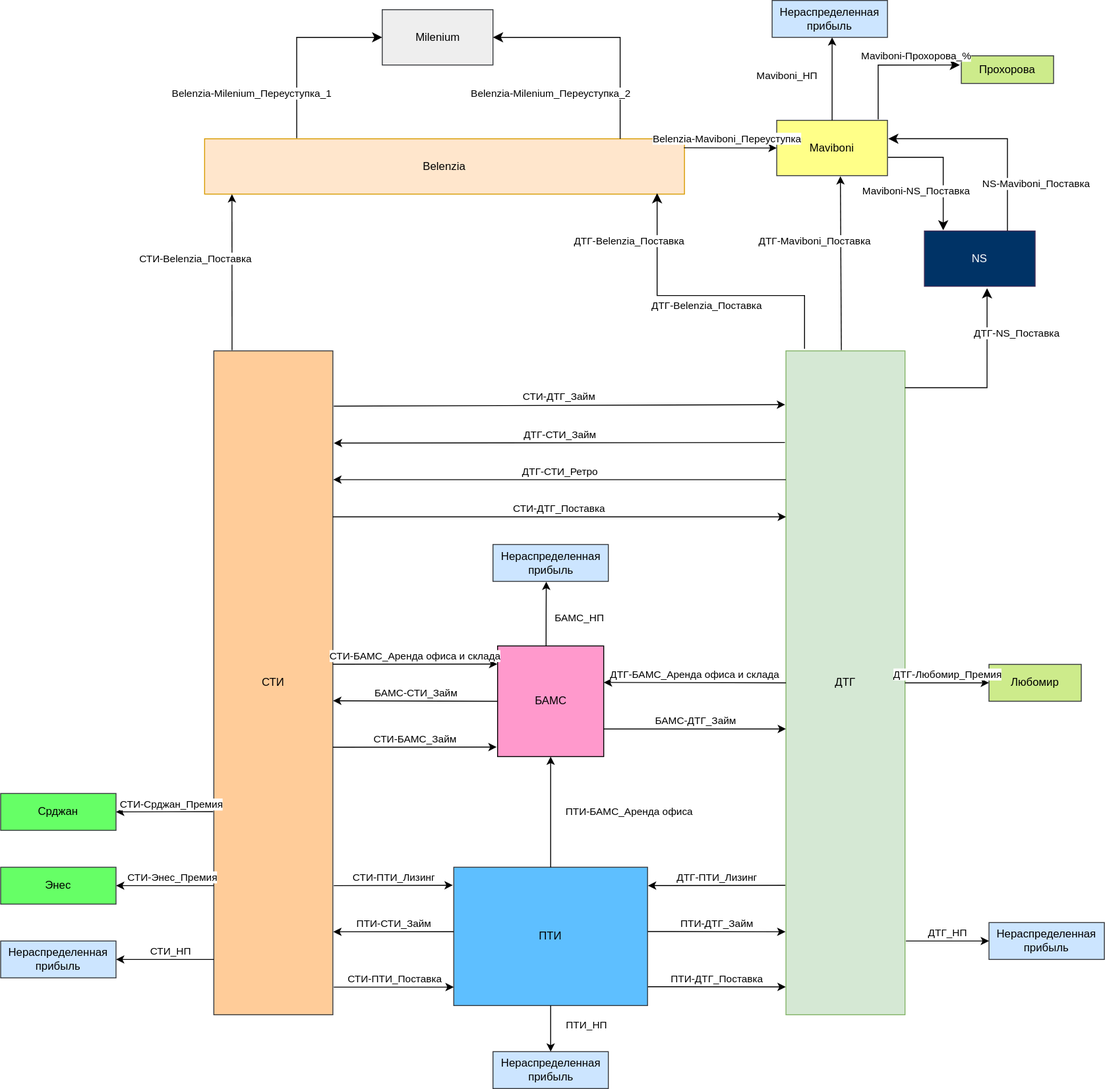
The draw.io diagram public/images/schemas/interactions.svg in vsk-Result/sti-oms, before a commit. Source tidied: cells renumbered, new cells last; positions are measured from the earlier drawing's top-left corner, leaving out a move shared by most shapes.
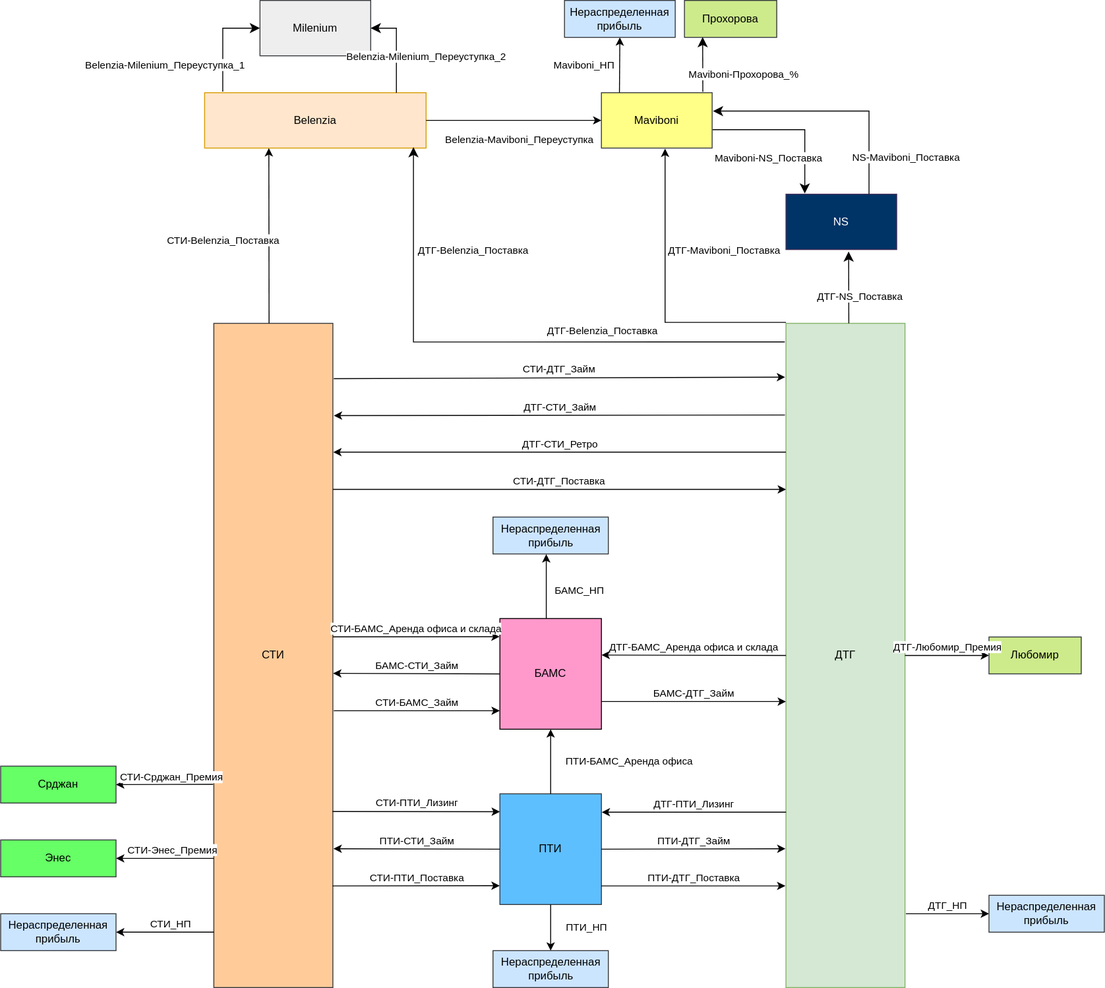
After the commit.

Commit message:
change pivot sidebar, update interactions scheme

Diff of the diagram source:
```diff
@@ -25,43 +25,38 @@
       </mxGeometry>
     </mxCell>
     <mxCell id="8" value="ПТИ" style="rounded=0;whiteSpace=wrap;html=1;fillColor=#5EBFFF;strokeColor=#36393d;" parent="1" vertex="1">
-      <mxGeometry x="491" y="940" width="210" height="150" as="geometry" />
+      <mxGeometry x="541" y="890" width="110" height="120" as="geometry" />
     </mxCell>
     <mxCell id="9" value="Нераспределенная прибыль" style="rounded=0;whiteSpace=wrap;html=1;fillColor=#cce5ff;strokeColor=#36393d;" parent="1" vertex="1">
-      <mxGeometry x="533.5" y="1140" width="125" height="40" as="geometry" />
+      <mxGeometry x="533.5" y="1060" width="125" height="40" as="geometry" />
     </mxCell>
     <mxCell id="10" style="endArrow=classic;html=1;rounded=0;exitX=0.5;exitY=1;exitDx=0;exitDy=0;entryX=0.5;entryY=0;entryDx=0;entryDy=0;" parent="1" edge="1" source="8" target="9">
       <mxGeometry relative="1" as="geometry" />
     </mxCell>
     <mxCell id="11" value="ПТИ_НП" style="edgeLabel;html=1;align=left;verticalAlign=middle;" parent="10" vertex="1">
       <mxGeometry x="-0.29" y="2" relative="1" as="geometry">
-        <mxPoint x="13" y="2" as="offset" />
+        <mxPoint x="13" y="6" as="offset" />
       </mxGeometry>
     </mxCell>
-    <mxCell id="12" value="ПТИ-ДТГ_Поставка" style="endArrow=classic;html=1;rounded=0;labelPosition=center;verticalLabelPosition=top;align=center;verticalAlign=bottom;entryX=-0.002;entryY=0.958;entryDx=0;entryDy=0;entryPerimeter=0;exitX=1.002;exitY=0.864;exitDx=0;exitDy=0;exitPerimeter=0;" parent="1" edge="1" source="8" target="2">
+    <mxCell id="12" value="ПТИ-ДТГ_Поставка" style="endArrow=classic;html=1;rounded=0;labelPosition=center;verticalLabelPosition=top;align=center;verticalAlign=bottom;entryX=-0.005;entryY=0.847;entryDx=0;entryDy=0;entryPerimeter=0;exitX=0.999;exitY=0.832;exitDx=0;exitDy=0;exitPerimeter=0;" parent="1" edge="1" source="8" target="2">
       <mxGeometry relative="1" as="geometry" />
     </mxCell>
-    <mxCell id="13" value="ПТИ-ДТГ_Займ" style="endArrow=classic;html=1;rounded=0;exitX=1.001;exitY=0.465;exitDx=0;exitDy=0;labelPosition=center;verticalLabelPosition=top;align=center;verticalAlign=bottom;entryX=-0.004;entryY=0.875;entryDx=0;entryDy=0;exitPerimeter=0;entryPerimeter=0;" parent="1" edge="1" source="8" target="2">
+    <mxCell id="13" value="ПТИ-ДТГ_Займ" style="endArrow=classic;html=1;rounded=0;exitX=1;exitY=0.5;exitDx=0;exitDy=0;labelPosition=center;verticalLabelPosition=top;align=center;verticalAlign=bottom;entryX=-0.004;entryY=0.791;entryDx=0;entryDy=0;entryPerimeter=0;" parent="1" edge="1" source="8" target="2">
       <mxGeometry relative="1" as="geometry" />
     </mxCell>
-    <mxCell id="14" value="ДТГ-ПТИ_Лизинг" style="endArrow=classic;html=1;rounded=0;labelPosition=center;verticalLabelPosition=top;align=center;verticalAlign=bottom;entryX=1.002;entryY=0.133;entryDx=0;entryDy=0;entryPerimeter=0;exitX=-0.005;exitY=0.805;exitDx=0;exitDy=0;exitPerimeter=0;" parent="1" edge="1" source="2" target="8">
+    <mxCell id="14" value="ДТГ-ПТИ_Лизинг" style="endArrow=classic;html=1;rounded=0;labelPosition=center;verticalLabelPosition=top;align=center;verticalAlign=bottom;entryX=1.003;entryY=0.166;entryDx=0;entryDy=0;entryPerimeter=0;exitX=0.001;exitY=0.736;exitDx=0;exitDy=0;exitPerimeter=0;" parent="1" edge="1" source="2" target="8">
       <mxGeometry relative="1" as="geometry" />
     </mxCell>
     <mxCell id="15" value="СТИ" style="rounded=0;whiteSpace=wrap;html=1;fillColor=#ffcc99;strokeColor=#36393d;" parent="1" vertex="1">
       <mxGeometry x="231" y="380" width="129" height="720" as="geometry" />
     </mxCell>
-    <mxCell id="16" value="СТИ-ПТИ_Лизинг" style="endArrow=classic;html=1;rounded=0;labelPosition=center;verticalLabelPosition=top;align=center;verticalAlign=bottom;entryX=-0.005;entryY=0.13;entryDx=0;entryDy=0;entryPerimeter=0;" parent="1" edge="1" target="8">
-      <mxGeometry relative="1" as="geometry">
-        <mxPoint x="361" y="960" as="sourcePoint" />
-      </mxGeometry>
+    <mxCell id="16" value="СТИ-ПТИ_Лизинг" style="endArrow=classic;html=1;rounded=0;labelPosition=center;verticalLabelPosition=top;align=center;verticalAlign=bottom;entryX=0;entryY=0.162;entryDx=0;entryDy=0;entryPerimeter=0;exitX=0.997;exitY=0.735;exitDx=0;exitDy=0;exitPerimeter=0;" parent="1" edge="1" source="15" target="8">
+      <mxGeometry relative="1" as="geometry" />
     </mxCell>
-    <mxCell id="17" value="СТИ-ПТИ_Поставка" style="endArrow=classic;html=1;rounded=0;labelPosition=center;verticalLabelPosition=top;align=center;verticalAlign=bottom;" parent="1" edge="1">
-      <mxGeometry x="0.01" relative="1" as="geometry">
-        <mxPoint x="361" y="1070" as="sourcePoint" />
-        <mxPoint x="491" y="1070" as="targetPoint" />
-      </mxGeometry>
+    <mxCell id="17" value="СТИ-ПТИ_Поставка" style="endArrow=classic;html=1;rounded=0;labelPosition=center;verticalLabelPosition=top;align=center;verticalAlign=bottom;exitX=0.998;exitY=0.847;exitDx=0;exitDy=0;exitPerimeter=0;entryX=-0.002;entryY=0.83;entryDx=0;entryDy=0;entryPerimeter=0;" parent="1" edge="1" source="15" target="8">
+      <mxGeometry x="0.01" relative="1" as="geometry" />
     </mxCell>
-    <mxCell id="18" value="ПТИ-СТИ_Займ" style="endArrow=classic;html=1;rounded=0;labelPosition=center;verticalLabelPosition=top;align=center;verticalAlign=bottom;entryX=1.003;entryY=0.875;entryDx=0;entryDy=0;entryPerimeter=0;exitX=-0.001;exitY=0.466;exitDx=0;exitDy=0;exitPerimeter=0;" parent="1" edge="1" source="8" target="15">
+    <mxCell id="18" value="ПТИ-СТИ_Займ" style="endArrow=classic;html=1;rounded=0;labelPosition=center;verticalLabelPosition=top;align=center;verticalAlign=bottom;entryX=1.005;entryY=0.791;entryDx=0;entryDy=0;entryPerimeter=0;exitX=0;exitY=0.5;exitDx=0;exitDy=0;" parent="1" edge="1" source="8" target="15">
       <mxGeometry relative="1" as="geometry" />
     </mxCell>
     <mxCell id="19" value="Нераспределенная прибыль" style="rounded=0;whiteSpace=wrap;html=1;fillColor=#cce5ff;strokeColor=#36393d;" parent="1" vertex="1">
@@ -102,7 +97,7 @@
       </mxGeometry>
     </mxCell>
     <mxCell id="28" value="БАМС" style="rounded=0;whiteSpace=wrap;html=1;fillColor=#FF99CC;" parent="1" vertex="1">
-      <mxGeometry x="538.5" y="700" width="115" height="120" as="geometry" />
+      <mxGeometry x="541" y="700" width="110" height="120" as="geometry" />
     </mxCell>
     <mxCell id="29" value="ПТИ-БАМС_Аренда офиса" style="endArrow=classic;html=1;rounded=0;labelPosition=left;verticalLabelPosition=middle;align=center;verticalAlign=middle;entryX=0.5;entryY=1;entryDx=0;entryDy=0;exitX=0.5;exitY=0;exitDx=0;exitDy=0;horizontal=1;" parent="1" edge="1" source="8" target="28">
       <mxGeometry y="-85" relative="1" as="geometry" />
@@ -151,55 +146,54 @@
       </mxGeometry>
     </mxCell>
     <mxCell id="41" value="Belenzia" style="rounded=0;whiteSpace=wrap;html=1;fillColor=#ffe6cc;strokeColor=#d79b00;" parent="1" vertex="1">
-      <mxGeometry x="221" y="150" width="520" height="60" as="geometry" />
+      <mxGeometry x="221" y="130" width="240" height="60" as="geometry" />
     </mxCell>
-    <mxCell id="42" style="endArrow=classic;html=1;rounded=0;exitX=0.153;exitY=-0.001;exitDx=0;exitDy=0;exitPerimeter=0;entryX=0.057;entryY=1.002;entryDx=0;entryDy=0;entryPerimeter=0;" parent="1" edge="1" source="15" target="41">
+    <mxCell id="42" style="endArrow=classic;html=1;rounded=0;exitX=0.464;exitY=0;exitDx=0;exitDy=0;entryX=0.29;entryY=1.002;entryDx=0;entryDy=0;entryPerimeter=0;exitPerimeter=0;" parent="1" edge="1" source="15" target="41">
       <mxGeometry relative="1" as="geometry" />
     </mxCell>
     <mxCell id="43" value="СТИ-Belenzia_Поставка" style="edgeLabel;html=1;align=center;verticalAlign=middle;" parent="42" vertex="1">
       <mxGeometry x="0.18" y="-1" relative="1" as="geometry">
-        <mxPoint x="-41" as="offset" />
+        <mxPoint x="-51" y="22" as="offset" />
       </mxGeometry>
     </mxCell>
-    <mxCell id="44" style="edgeStyle=elbowEdgeStyle;elbow=vertical;endArrow=classic;html=1;curved=0;rounded=0;endSize=8;startSize=8;exitX=0.156;exitY=-0.003;exitDx=0;exitDy=0;exitPerimeter=0;entryX=0.943;entryY=0.983;entryDx=0;entryDy=0;entryPerimeter=0;" parent="1" edge="1" source="2" target="41">
-      <mxGeometry relative="1" as="geometry">
-        <Array as="points">
-          <mxPoint x="871" y="320" />
-        </Array>
-      </mxGeometry>
+    <mxCell id="44" style="edgeStyle=orthogonalEdgeStyle;elbow=vertical;endArrow=classic;html=1;rounded=0;endSize=8;startSize=8;exitX=-0.01;exitY=0.028;exitDx=0;exitDy=0;exitPerimeter=0;entryX=0.943;entryY=0.983;entryDx=0;entryDy=0;entryPerimeter=0;" parent="1" edge="1" source="2" target="41">
+      <mxGeometry relative="1" as="geometry" />
     </mxCell>
     <mxCell id="45" value="ДТГ-Belenzia_Поставка" style="edgeLabel;html=1;align=center;verticalAlign=middle;" parent="44" vertex="1">
       <mxGeometry x="0.06" y="-2" relative="1" as="geometry">
-        <mxPoint x="-74" y="-58" as="offset" />
+        <mxPoint x="-13" y="-98" as="offset" />
       </mxGeometry>
     </mxCell>
     <mxCell id="46" value="ДТГ-Belenzia_Поставка" style="edgeLabel;html=1;align=center;verticalAlign=middle;" parent="44" vertex="1">
       <mxGeometry relative="1" as="geometry">
-        <mxPoint y="10" as="offset" />
+        <mxPoint x="108" y="-13" as="offset" />
       </mxGeometry>
     </mxCell>
     <mxCell id="47" value="Maviboni" style="rounded=0;whiteSpace=wrap;html=1;fillColor=#ffff88;strokeColor=#36393d;" parent="1" vertex="1">
-      <mxGeometry x="841" y="130" width="120" height="60" as="geometry" />
+      <mxGeometry x="651" y="130" width="120" height="60" as="geometry" />
     </mxCell>
-    <mxCell id="48" style="endArrow=classic;html=1;rounded=0;exitX=0.465;exitY=-0.001;exitDx=0;exitDy=0;entryX=0.575;entryY=1.01;entryDx=0;entryDy=0;entryPerimeter=0;exitPerimeter=0;" parent="1" edge="1" source="2" target="47">
-      <mxGeometry relative="1" as="geometry" />
+    <mxCell id="48" style="endArrow=classic;html=1;rounded=0;entryX=0.575;entryY=1.01;entryDx=0;entryDy=0;entryPerimeter=0;edgeStyle=orthogonalEdgeStyle;" parent="1" edge="1" target="47">
+      <mxGeometry relative="1" as="geometry">
+        <mxPoint x="851" y="379" as="sourcePoint" />
+        <Array as="points">
+          <mxPoint x="720" y="379" />
+        </Array>
+      </mxGeometry>
     </mxCell>
     <mxCell id="49" value="ДТГ-Maviboni_Поставка" style="edgeLabel;html=1;align=center;verticalAlign=middle;" parent="48" vertex="1">
       <mxGeometry x="0.48" relative="1" as="geometry">
-        <mxPoint x="-29" y="21" as="offset" />
+        <mxPoint x="63" y="27" as="offset" />
       </mxGeometry>
     </mxCell>
     <mxCell id="50" value="NS" style="rounded=0;whiteSpace=wrap;html=1;fillColor=#003366;fontColor=#ffffff;strokeColor=#432D57;" parent="1" vertex="1">
-      <mxGeometry x="1001" y="250" width="120" height="60" as="geometry" />
+      <mxGeometry x="851" y="240" width="120" height="60" as="geometry" />
     </mxCell>
-    <mxCell id="51" style="edgeStyle=segmentEdgeStyle;endArrow=classic;html=1;curved=0;rounded=0;endSize=8;startSize=8;entryX=0.566;entryY=1.036;entryDx=0;entryDy=0;entryPerimeter=0;" parent="1" edge="1" target="50">
-      <mxGeometry relative="1" as="geometry">
-        <mxPoint x="980" y="420" as="sourcePoint" />
-      </mxGeometry>
+    <mxCell id="51" style="edgeStyle=segmentEdgeStyle;endArrow=classic;html=1;curved=0;rounded=0;endSize=8;startSize=8;entryX=0.566;entryY=1.036;entryDx=0;entryDy=0;entryPerimeter=0;exitX=0.528;exitY=0;exitDx=0;exitDy=0;exitPerimeter=0;" parent="1" edge="1" source="2" target="50">
+      <mxGeometry relative="1" as="geometry" />
     </mxCell>
     <mxCell id="52" value="ДТГ-NS_Поставка" style="edgeLabel;html=1;align=center;verticalAlign=middle;" parent="51" vertex="1">
       <mxGeometry x="0.5" relative="1" as="geometry">
-        <mxPoint x="32" as="offset" />
+        <mxPoint x="12" y="29" as="offset" />
       </mxGeometry>
     </mxCell>
     <mxCell id="53" style="edgeStyle=segmentEdgeStyle;endArrow=classic;html=1;curved=0;rounded=0;endSize=8;startSize=8;exitX=1.005;exitY=0.668;exitDx=0;exitDy=0;exitPerimeter=0;entryX=0.17;entryY=-0.012;entryDx=0;entryDy=0;entryPerimeter=0;" parent="1" edge="1" source="47" target="50">
@@ -207,7 +201,7 @@
     </mxCell>
     <mxCell id="54" value="Maviboni-NS_Поставка" style="edgeLabel;html=1;align=center;verticalAlign=middle;" parent="53" vertex="1">
       <mxGeometry x="0.39" y="-1" relative="1" as="geometry">
-        <mxPoint x="-29" as="offset" />
+        <mxPoint x="-39" y="13" as="offset" />
       </mxGeometry>
     </mxCell>
     <mxCell id="55" style="edgeStyle=segmentEdgeStyle;endArrow=none;html=1;curved=0;rounded=0;endSize=8;startSize=8;startArrow=classic;startFill=1;endFill=0;exitX=1.007;exitY=0.332;exitDx=0;exitDy=0;exitPerimeter=0;entryX=0.75;entryY=0;entryDx=0;entryDy=0;" parent="1" edge="1" source="47" target="50">
@@ -215,48 +209,48 @@
     </mxCell>
     <mxCell id="56" value="NS-Maviboni_Поставка" style="edgeLabel;html=1;align=center;verticalAlign=middle;" parent="55" vertex="1">
       <mxGeometry x="0.56" y="1" relative="1" as="geometry">
-        <mxPoint x="29" as="offset" />
+        <mxPoint x="38" y="17" as="offset" />
       </mxGeometry>
     </mxCell>
     <mxCell id="57" value="Прохорова" style="rounded=0;whiteSpace=wrap;html=1;fillColor=#cdeb8b;strokeColor=#36393d;" parent="1" vertex="1">
-      <mxGeometry x="1041" y="60" width="100" height="30" as="geometry" />
+      <mxGeometry x="741" y="30" width="100" height="40" as="geometry" />
     </mxCell>
-    <mxCell id="58" style="edgeStyle=segmentEdgeStyle;endArrow=none;html=1;curved=0;rounded=0;endSize=8;startSize=8;endFill=0;startArrow=classic;startFill=1;entryX=0.916;entryY=-0.017;entryDx=0;entryDy=0;entryPerimeter=0;exitX=-0.015;exitY=0.333;exitDx=0;exitDy=0;exitPerimeter=0;" parent="1" edge="1" source="57" target="47">
+    <mxCell id="58" style="endArrow=none;html=1;rounded=0;endSize=8;startSize=8;endFill=0;startArrow=classic;startFill=1;entryX=0.916;entryY=-0.017;entryDx=0;entryDy=0;entryPerimeter=0;exitX=0.197;exitY=0.993;exitDx=0;exitDy=0;exitPerimeter=0;" parent="1" edge="1" source="57" target="47">
       <mxGeometry relative="1" as="geometry" />
     </mxCell>
     <mxCell id="59" value="Maviboni-Прохорова_%" style="edgeLabel;html=1;align=center;verticalAlign=middle;" parent="58" vertex="1">
       <mxGeometry x="-0.21" y="-1" relative="1" as="geometry">
-        <mxPoint x="10" y="-9" as="offset" />
+        <mxPoint x="45" y="17" as="offset" />
       </mxGeometry>
     </mxCell>
-    <mxCell id="60" style="edgeStyle=elbowEdgeStyle;rounded=0;jettySize=auto;html=1;startArrow=classic;startFill=1;endArrow=none;endFill=0;" parent="1" edge="1" source="62" target="47">
+    <mxCell id="60" style="rounded=0;jettySize=auto;html=1;startArrow=classic;startFill=1;endArrow=none;endFill=0;entryX=0.163;entryY=-0.001;entryDx=0;entryDy=0;entryPerimeter=0;exitX=0.5;exitY=1;exitDx=0;exitDy=0;" parent="1" edge="1" source="62" target="47">
       <mxGeometry relative="1" as="geometry" />
     </mxCell>
     <mxCell id="61" value="Maviboni_НП" style="edgeLabel;html=1;align=center;verticalAlign=middle;" parent="60" vertex="1">
       <mxGeometry x="0.15" relative="1" as="geometry">
-        <mxPoint x="-50" y="-11" as="offset" />
+        <mxPoint x="-39" y="-4" as="offset" />
       </mxGeometry>
     </mxCell>
     <mxCell id="62" value="Нераспределенная прибыль" style="rounded=0;whiteSpace=wrap;html=1;fillColor=#cce5ff;strokeColor=#36393d;" parent="1" vertex="1">
-      <mxGeometry x="836" width="125" height="40" as="geometry" />
+      <mxGeometry x="611" y="30" width="120" height="40" as="geometry" />
     </mxCell>
-    <mxCell id="63" style="endArrow=classic;html=1;rounded=0;exitX=0.999;exitY=0.164;exitDx=0;exitDy=0;exitPerimeter=0;entryX=0;entryY=0.5;entryDx=0;entryDy=0;" parent="1" edge="1" source="41" target="47">
+    <mxCell id="63" style="endArrow=classic;html=1;rounded=0;exitX=1;exitY=0.5;exitDx=0;exitDy=0;entryX=0;entryY=0.5;entryDx=0;entryDy=0;" parent="1" edge="1" source="41" target="47">
       <mxGeometry relative="1" as="geometry" />
     </mxCell>
     <mxCell id="64" value="Belenzia-Maviboni_Переуступка" style="edgeLabel;html=1;align=center;verticalAlign=middle;" parent="63" vertex="1">
       <mxGeometry x="-0.09" y="1" relative="1" as="geometry">
-        <mxPoint y="-9" as="offset" />
+        <mxPoint x="14" y="21" as="offset" />
       </mxGeometry>
     </mxCell>
     <mxCell id="65" value="Milenium" style="rounded=0;whiteSpace=wrap;html=1;fillColor=#eeeeee;strokeColor=#36393d;" parent="1" vertex="1">
-      <mxGeometry x="413.5" y="10" width="120" height="60" as="geometry" />
+      <mxGeometry x="281" y="30" width="120" height="60" as="geometry" />
     </mxCell>
-    <mxCell id="66" style="edgeStyle=segmentEdgeStyle;endArrow=none;html=1;curved=0;rounded=0;endSize=8;startSize=8;endFill=0;startArrow=classic;startFill=1;exitX=0;exitY=0.5;exitDx=0;exitDy=0;entryX=0.192;entryY=-0.01;entryDx=0;entryDy=0;entryPerimeter=0;" parent="1" edge="1" source="65" target="41">
+    <mxCell id="66" style="edgeStyle=segmentEdgeStyle;endArrow=none;html=1;curved=0;rounded=0;endSize=8;startSize=8;endFill=0;startArrow=classic;startFill=1;exitX=0;exitY=0.5;exitDx=0;exitDy=0;entryX=0.082;entryY=-0.021;entryDx=0;entryDy=0;entryPerimeter=0;" parent="1" edge="1" source="65" target="41">
       <mxGeometry relative="1" as="geometry" />
     </mxCell>
     <mxCell id="67" value="Belenzia-Milenium_Переуступка_1" style="edgeLabel;html=1;align=center;verticalAlign=middle;" parent="66" vertex="1">
       <mxGeometry x="-0.21" y="-1" relative="1" as="geometry">
-        <mxPoint x="-62" y="61" as="offset" />
+        <mxPoint x="-62" y="37" as="offset" />
       </mxGeometry>
     </mxCell>
     <mxCell id="68" style="edgeStyle=segmentEdgeStyle;endArrow=none;html=1;curved=0;rounded=0;endSize=8;startSize=8;endFill=0;startArrow=classic;startFill=1;exitX=1;exitY=0.5;exitDx=0;exitDy=0;entryX=0.866;entryY=0;entryDx=0;entryDy=0;entryPerimeter=0;" parent="1" edge="1" source="65" target="41">
@@ -264,11 +258,13 @@
     </mxCell>
     <mxCell id="69" value="Belenzia-Milenium_Переуступка_2" style="edgeLabel;html=1;align=center;verticalAlign=middle;" parent="68" vertex="1">
       <mxGeometry x="-0.21" y="-1" relative="1" as="geometry">
-        <mxPoint x="-36" y="59" as="offset" />
+        <mxPoint x="33" y="19" as="offset" />
       </mxGeometry>
     </mxCell>
-    <mxCell id="70" value="СТИ-БАМС_Займ" style="endArrow=classic;html=1;rounded=0;labelPosition=center;verticalLabelPosition=top;align=center;verticalAlign=bottom;exitX=1;exitY=0.597;exitDx=0;exitDy=0;entryX=-0.009;entryY=0.914;entryDx=0;entryDy=0;entryPerimeter=0;exitPerimeter=0;" parent="1" edge="1" source="15" target="28">
-      <mxGeometry relative="1" as="geometry" />
+    <mxCell id="70" value="СТИ-БАМС_Займ" style="endArrow=classic;html=1;rounded=0;labelPosition=center;verticalLabelPosition=top;align=center;verticalAlign=bottom;entryX=-0.001;entryY=0.833;entryDx=0;entryDy=0;entryPerimeter=0;" parent="1" edge="1" target="28">
+      <mxGeometry relative="1" as="geometry">
+        <mxPoint x="361" y="800" as="sourcePoint" />
+      </mxGeometry>
     </mxCell>
   </root>
 </mxGraphModel>
```
